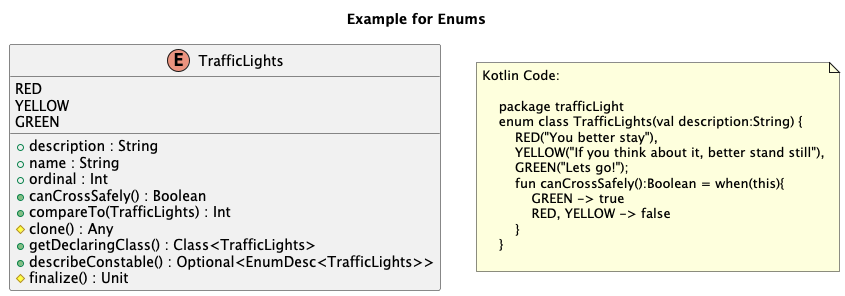
Tosaa/ksp-plantuml keeps this PlantUML diagram as doc/plantuml/Enums.png. Above is the earlier version. The source it was exported from:
```plantuml
@startuml
title Example for Enums

    enum "TrafficLights" as trafficLight_TrafficLights {
        RED
		YELLOW
		GREEN
		__
		+ description : String
		+ name : String
		+ ordinal : Int
		+ canCrossSafely() : Boolean
		+ compareTo(TrafficLights) : Int
		# clone() : Any
		+ getDeclaringClass() : Class<TrafficLights>
		+ describeConstable() : Optional<EnumDesc<TrafficLights>>
		# finalize() : Unit
    }






note as note_of_code
Kotlin Code:

    package trafficLight
    enum class TrafficLights(val description:String) {
        RED("You better stay"),
        YELLOW("If you think about it, better stand still"),
        GREEN("Lets go!");
        fun canCrossSafely():Boolean = when(this){
            GREEN -> true
            RED, YELLOW -> false
        }
    }

end note

@enduml
```
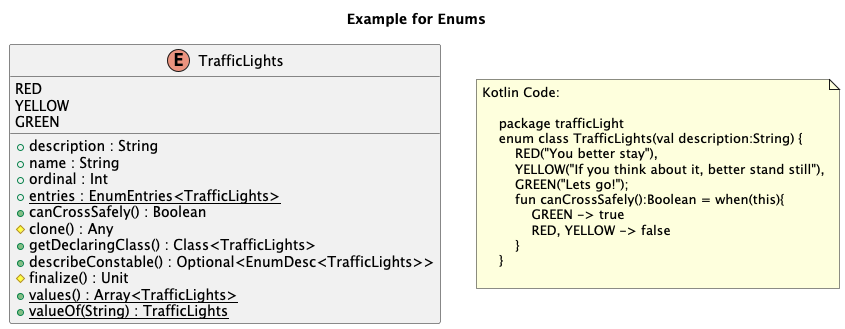
After the commit.

What changed in the source:
```diff
@@ -9,14 +9,15 @@
 		+ description : String
 		+ name : String
 		+ ordinal : Int
+		+ {static} entries : EnumEntries<TrafficLights>
 		+ canCrossSafely() : Boolean
-		+ compareTo(TrafficLights) : Int
 		# clone() : Any
 		+ getDeclaringClass() : Class<TrafficLights>
 		+ describeConstable() : Optional<EnumDesc<TrafficLights>>
 		# finalize() : Unit
+		+ {static} values() : Array<TrafficLights>
+		+ {static} valueOf(String) : TrafficLights
     }
-
 
 
 
```
